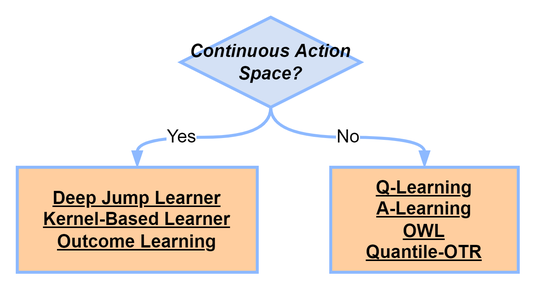
This is Scenario1.png from CausalDM/Causal-Decision-Making, a draw.io export, as it was before one commit. Source tidied: cells renumbered, new cells last; positions are measured from the earlier drawing's top-left corner, leaving out a move shared by most shapes. Its diagram source:
```xml
<mxGraphModel>
  <root>
    <mxCell id="0" />
    <mxCell id="1" parent="0" />
    <mxCell id="2" value="&lt;u&gt;&lt;font color=&quot;#000000&quot;&gt;&lt;b&gt;Deep Jump Learner&lt;br&gt;&lt;/b&gt;&lt;/font&gt;&lt;/u&gt;&lt;u&gt;&lt;font color=&quot;#000000&quot;&gt;&lt;b&gt;Kernel-Based Learner&lt;br&gt;&lt;/b&gt;&lt;/font&gt;&lt;/u&gt;&lt;u&gt;&lt;font color=&quot;#000000&quot;&gt;&lt;b&gt;Outcome Learning&lt;/b&gt;&lt;/font&gt;&lt;br&gt;&lt;/u&gt;" style="rounded=0;whiteSpace=wrap;html=1;gradientColor=none;glass=0;shadow=0;comic=0;fillColor=#FFCE9F;" parent="1" vertex="1">
      <mxGeometry y="100" width="160" height="70" as="geometry" />
    </mxCell>
    <mxCell id="3" style="edgeStyle=orthogonalEdgeStyle;rounded=1;jettySize=auto;html=1;exitX=0.5;exitY=1;exitDx=0;exitDy=0;entryX=0.5;entryY=0;entryDx=0;entryDy=0;curved=1;" parent="1" edge="1" source="5" target="8">
      <mxGeometry relative="1" as="geometry" />
    </mxCell>
    <mxCell id="4" style="edgeStyle=orthogonalEdgeStyle;rounded=0;jettySize=auto;html=1;exitX=0.5;exitY=1;exitDx=0;exitDy=0;entryX=0.5;entryY=0;entryDx=0;entryDy=0;curved=1;" parent="1" edge="1" source="5" target="2">
      <mxGeometry relative="1" as="geometry" />
    </mxCell>
    <mxCell id="5" value="&lt;font color=&quot;#000000&quot;&gt;&lt;b&gt;&lt;i&gt;Continuous Action Space?&lt;/i&gt;&lt;/b&gt;&lt;/font&gt;" style="rhombus;whiteSpace=wrap;html=1;fillColor=#D4E1F5;shadow=0;comic=0;" parent="1" vertex="1">
      <mxGeometry x="109" width="120" height="60" as="geometry" />
    </mxCell>
    <mxCell id="6" value="No" style="text;html=1;strokeColor=none;fillColor=none;align=center;verticalAlign=middle;whiteSpace=wrap;rounded=0;labelBackgroundColor=#ffffff;fontColor=#000000;fontStyle=0;fontSize=12;" parent="1" vertex="1">
      <mxGeometry x="201" y="70" width="40" height="20" as="geometry" />
    </mxCell>
    <mxCell id="7" value="Yes" style="text;html=1;strokeColor=none;fillColor=none;align=center;verticalAlign=middle;whiteSpace=wrap;rounded=0;labelBackgroundColor=#ffffff;fontColor=#000000;fontStyle=0;fontSize=12;" parent="1" vertex="1">
      <mxGeometry x="90" y="70" width="40" height="20" as="geometry" />
    </mxCell>
    <mxCell id="8" value="&lt;u&gt;&lt;font color=&quot;#000000&quot;&gt;&lt;b&gt;Q-Learning&lt;br&gt;A-Learning&lt;br&gt;OWL&lt;br&gt;&lt;/b&gt;&lt;/font&gt;&lt;/u&gt;&lt;u&gt;&lt;font color=&quot;#000000&quot;&gt;&lt;b&gt;Quantile-OTR&lt;/b&gt;&lt;/font&gt;&lt;/u&gt;&lt;u&gt;&lt;br&gt;&lt;/u&gt;" style="rounded=0;whiteSpace=wrap;html=1;gradientColor=none;glass=0;shadow=0;comic=0;fillColor=#FFCE9F;" parent="1" vertex="1">
      <mxGeometry x="209" y="100" width="125" height="70" as="geometry" />
    </mxCell>
  </root>
</mxGraphModel>
```
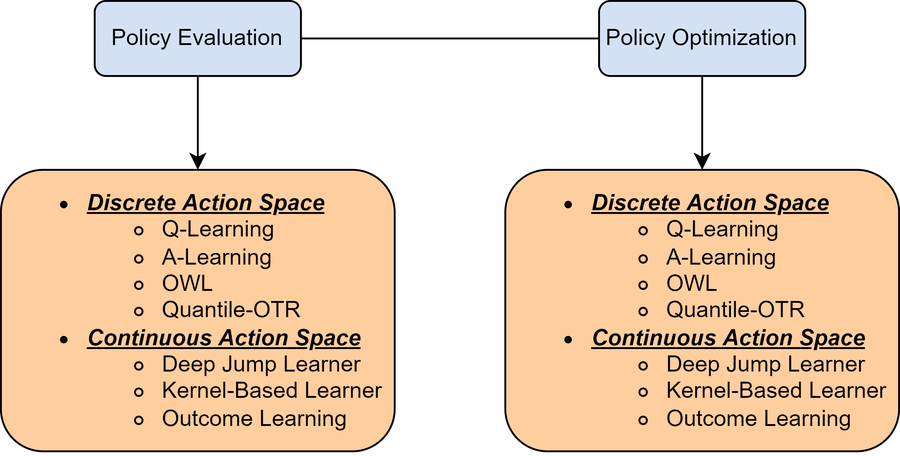
Above is the later version.

What changed in the source:
```diff
@@ -2,26 +2,26 @@
   <root>
     <mxCell id="0" />
     <mxCell id="1" parent="0" />
-    <mxCell id="2" value="&lt;u&gt;&lt;font color=&quot;#000000&quot;&gt;&lt;b&gt;Deep Jump Learner&lt;br&gt;&lt;/b&gt;&lt;/font&gt;&lt;/u&gt;&lt;u&gt;&lt;font color=&quot;#000000&quot;&gt;&lt;b&gt;Kernel-Based Learner&lt;br&gt;&lt;/b&gt;&lt;/font&gt;&lt;/u&gt;&lt;u&gt;&lt;font color=&quot;#000000&quot;&gt;&lt;b&gt;Outcome Learning&lt;/b&gt;&lt;/font&gt;&lt;br&gt;&lt;/u&gt;" style="rounded=0;whiteSpace=wrap;html=1;gradientColor=none;glass=0;shadow=0;comic=0;fillColor=#FFCE9F;" parent="1" vertex="1">
-      <mxGeometry y="100" width="160" height="70" as="geometry" />
+    <mxCell id="2" style="edgeStyle=none;rounded=0;jettySize=auto;html=1;" parent="1" edge="1" source="3" target="4">
+      <mxGeometry relative="1" as="geometry" />
     </mxCell>
-    <mxCell id="3" style="edgeStyle=orthogonalEdgeStyle;rounded=1;jettySize=auto;html=1;exitX=0.5;exitY=1;exitDx=0;exitDy=0;entryX=0.5;entryY=0;entryDx=0;entryDy=0;curved=1;" parent="1" edge="1" source="5" target="8">
-      <mxGeometry relative="1" as="geometry" />
+    <mxCell id="3" value="Policy Evaluation" style="rounded=1;whiteSpace=wrap;html=1;fillColor=#D4E1F5;" parent="1" vertex="1">
+      <mxGeometry x="-2050" y="-125" width="110" height="40" as="geometry" />
     </mxCell>
-    <mxCell id="4" style="edgeStyle=orthogonalEdgeStyle;rounded=0;jettySize=auto;html=1;exitX=0.5;exitY=1;exitDx=0;exitDy=0;entryX=0.5;entryY=0;entryDx=0;entryDy=0;curved=1;" parent="1" edge="1" source="5" target="2">
-      <mxGeometry relative="1" as="geometry" />
+    <mxCell id="4" value="&lt;ul&gt;&lt;li style=&quot;text-align: left;&quot;&gt;&lt;u&gt;&lt;b&gt;&lt;i&gt;Discrete Action Space&lt;/i&gt;&lt;/b&gt;&lt;/u&gt;&lt;/li&gt;&lt;ul&gt;&lt;li style=&quot;text-align: left;&quot;&gt;&lt;span style=&quot;color: rgb(59, 87, 166);&quot;&gt;&lt;font color=&quot;#000000&quot;&gt;Q-Learning&lt;/font&gt;&lt;/span&gt;&lt;/li&gt;&lt;li style=&quot;text-align: left;&quot;&gt;&lt;span style=&quot;color: rgb(59, 87, 166);&quot;&gt;&lt;font color=&quot;#000000&quot;&gt;A-Learning&lt;/font&gt;&lt;/span&gt;&lt;/li&gt;&lt;li style=&quot;text-align: left;&quot;&gt;&lt;span style=&quot;color: rgb(59, 87, 166);&quot;&gt;&lt;font color=&quot;#000000&quot;&gt;OWL&lt;/font&gt;&lt;/span&gt;&lt;/li&gt;&lt;li style=&quot;text-align: left;&quot;&gt;&lt;span style=&quot;color: rgb(59, 87, 166);&quot;&gt;&lt;font color=&quot;#000000&quot;&gt;Quantile-OTR&lt;/font&gt;&lt;/span&gt;&lt;br&gt;&lt;/li&gt;&lt;/ul&gt;&lt;li style=&quot;text-align: left;&quot;&gt;&lt;b&gt;&lt;i&gt;&lt;u&gt;Continuous Action Space&lt;/u&gt;&lt;/i&gt;&lt;/b&gt;&lt;/li&gt;&lt;ul&gt;&lt;li style=&quot;text-align: left;&quot;&gt;&lt;span style=&quot;color: rgb(59, 87, 166);&quot;&gt;&lt;font color=&quot;#000000&quot;&gt;Deep Jump Learner&lt;/font&gt;&lt;/span&gt;&lt;/li&gt;&lt;li style=&quot;text-align: left;&quot;&gt;&lt;span style=&quot;color: rgb(59, 87, 166);&quot;&gt;&lt;font color=&quot;#000000&quot;&gt;Kernel-Based Learner&lt;/font&gt;&lt;/span&gt;&lt;/li&gt;&lt;li style=&quot;text-align: left;&quot;&gt;&lt;span style=&quot;color: rgb(59, 87, 166);&quot;&gt;&lt;font style=&quot;&quot; color=&quot;#000000&quot;&gt;Outcome Learning&lt;/font&gt;&lt;/span&gt;&lt;br&gt;&lt;/li&gt;&lt;/ul&gt;&lt;/ul&gt;" style="rounded=1;whiteSpace=wrap;html=1;fillColor=#FFCE9F;" parent="1" vertex="1">
+      <mxGeometry x="-2100" y="-35" width="210" height="150" as="geometry" />
     </mxCell>
-    <mxCell id="5" value="&lt;font color=&quot;#000000&quot;&gt;&lt;b&gt;&lt;i&gt;Continuous Action Space?&lt;/i&gt;&lt;/b&gt;&lt;/font&gt;" style="rhombus;whiteSpace=wrap;html=1;fillColor=#D4E1F5;shadow=0;comic=0;" parent="1" vertex="1">
-      <mxGeometry x="109" width="120" height="60" as="geometry" />
+    <mxCell id="5" style="edgeStyle=none;rounded=0;jettySize=auto;html=1;" parent="1" edge="1" source="6" target="7">
+      <mxGeometry relative="1" as="geometry" />
     </mxCell>
-    <mxCell id="6" value="No" style="text;html=1;strokeColor=none;fillColor=none;align=center;verticalAlign=middle;whiteSpace=wrap;rounded=0;labelBackgroundColor=#ffffff;fontColor=#000000;fontStyle=0;fontSize=12;" parent="1" vertex="1">
-      <mxGeometry x="201" y="70" width="40" height="20" as="geometry" />
+    <mxCell id="6" value="Policy Optimization" style="rounded=1;whiteSpace=wrap;html=1;fillColor=#D4E1F5;" parent="1" vertex="1">
+      <mxGeometry x="-1781" y="-125" width="110" height="40" as="geometry" />
     </mxCell>
-    <mxCell id="7" value="Yes" style="text;html=1;strokeColor=none;fillColor=none;align=center;verticalAlign=middle;whiteSpace=wrap;rounded=0;labelBackgroundColor=#ffffff;fontColor=#000000;fontStyle=0;fontSize=12;" parent="1" vertex="1">
-      <mxGeometry x="90" y="70" width="40" height="20" as="geometry" />
+    <mxCell id="7" value="&lt;ul&gt;&lt;li style=&quot;text-align: left;&quot;&gt;&lt;u&gt;&lt;b&gt;&lt;i&gt;Discrete Action Space&lt;/i&gt;&lt;/b&gt;&lt;/u&gt;&lt;/li&gt;&lt;ul&gt;&lt;li style=&quot;text-align: left;&quot;&gt;&lt;span style=&quot;color: rgb(59, 87, 166);&quot;&gt;&lt;font color=&quot;#000000&quot;&gt;Q-Learning&lt;/font&gt;&lt;/span&gt;&lt;/li&gt;&lt;li style=&quot;text-align: left;&quot;&gt;&lt;span style=&quot;color: rgb(59, 87, 166);&quot;&gt;&lt;font color=&quot;#000000&quot;&gt;A-Learning&lt;/font&gt;&lt;/span&gt;&lt;/li&gt;&lt;li style=&quot;text-align: left;&quot;&gt;&lt;span style=&quot;color: rgb(59, 87, 166);&quot;&gt;&lt;font color=&quot;#000000&quot;&gt;OWL&lt;/font&gt;&lt;/span&gt;&lt;/li&gt;&lt;li style=&quot;text-align: left;&quot;&gt;&lt;span style=&quot;color: rgb(59, 87, 166);&quot;&gt;&lt;font color=&quot;#000000&quot;&gt;Quantile-OTR&lt;/font&gt;&lt;/span&gt;&lt;br&gt;&lt;/li&gt;&lt;/ul&gt;&lt;li style=&quot;text-align: left;&quot;&gt;&lt;b&gt;&lt;i&gt;&lt;u&gt;Continuous Action Space&lt;/u&gt;&lt;/i&gt;&lt;/b&gt;&lt;/li&gt;&lt;ul&gt;&lt;li style=&quot;text-align: left;&quot;&gt;&lt;span style=&quot;color: rgb(59, 87, 166);&quot;&gt;&lt;font color=&quot;#000000&quot;&gt;Deep Jump Learner&lt;/font&gt;&lt;/span&gt;&lt;/li&gt;&lt;li style=&quot;text-align: left;&quot;&gt;&lt;span style=&quot;color: rgb(59, 87, 166);&quot;&gt;&lt;font color=&quot;#000000&quot;&gt;Kernel-Based Learner&lt;/font&gt;&lt;/span&gt;&lt;/li&gt;&lt;li style=&quot;text-align: left;&quot;&gt;&lt;span style=&quot;color: rgb(59, 87, 166);&quot;&gt;&lt;font style=&quot;&quot; color=&quot;#000000&quot;&gt;Outcome Learning&lt;/font&gt;&lt;/span&gt;&lt;br&gt;&lt;/li&gt;&lt;/ul&gt;&lt;/ul&gt;" style="rounded=1;whiteSpace=wrap;html=1;fillColor=#FFCE9F;" parent="1" vertex="1">
+      <mxGeometry x="-1831" y="-35" width="210" height="150" as="geometry" />
     </mxCell>
-    <mxCell id="8" value="&lt;u&gt;&lt;font color=&quot;#000000&quot;&gt;&lt;b&gt;Q-Learning&lt;br&gt;A-Learning&lt;br&gt;OWL&lt;br&gt;&lt;/b&gt;&lt;/font&gt;&lt;/u&gt;&lt;u&gt;&lt;font color=&quot;#000000&quot;&gt;&lt;b&gt;Quantile-OTR&lt;/b&gt;&lt;/font&gt;&lt;/u&gt;&lt;u&gt;&lt;br&gt;&lt;/u&gt;" style="rounded=0;whiteSpace=wrap;html=1;gradientColor=none;glass=0;shadow=0;comic=0;fillColor=#FFCE9F;" parent="1" vertex="1">
-      <mxGeometry x="209" y="100" width="125" height="70" as="geometry" />
+    <mxCell id="8" style="endArrow=none;html=1;rounded=0;exitX=1;exitY=0.5;exitDx=0;exitDy=0;entryX=0;entryY=0.5;entryDx=0;entryDy=0;" parent="1" edge="1" source="3" target="6">
+      <mxGeometry relative="1" as="geometry" />
     </mxCell>
   </root>
 </mxGraphModel>
```
